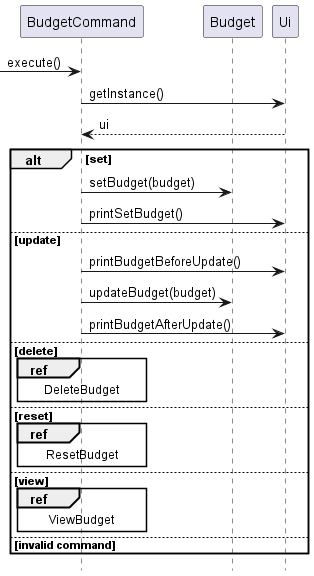
The PlantUML diagram docs/images/Budget.png in nus-cs2113-AY2324S1/tp, before a commit.
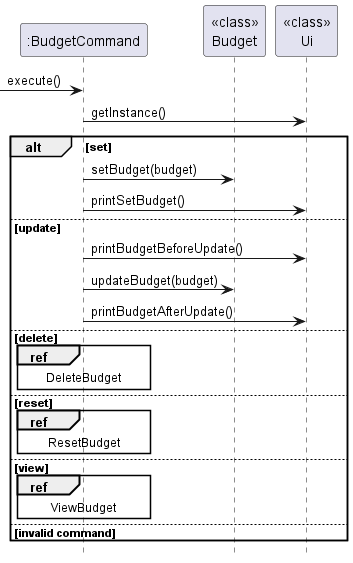
Above is the later version.

What changed in the source:
```diff
@@ -1,12 +1,11 @@
 @startuml
 
-participant BudgetCommand
-participant Budget
-participant Ui
+participant ":BudgetCommand" as BudgetCommand
+participant "<<class>>\nBudget" as Budget
+participant "<<class>>\nUi" as Ui
 
 -> BudgetCommand: execute()
 BudgetCommand -> Ui: getInstance()
-return ui
 
 alt set
     BudgetCommand -> Budget: setBudget(budget)
```
